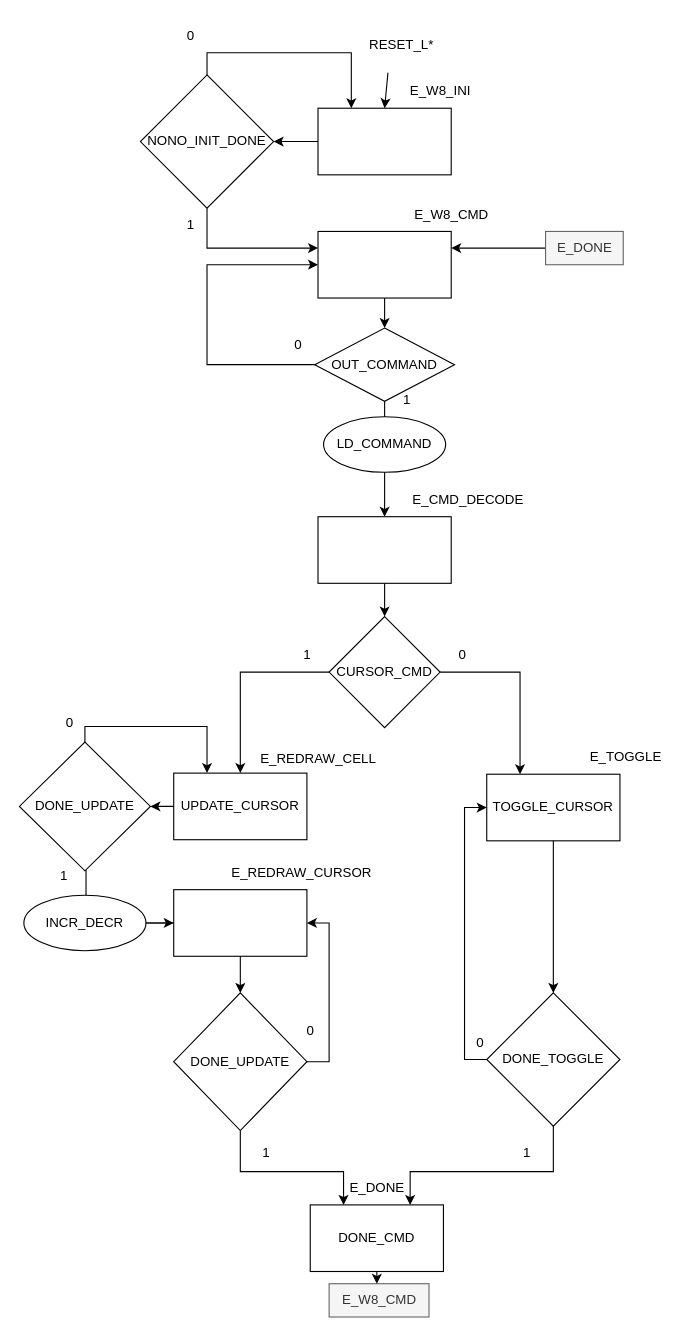
Before: DiagramasDisenio/FicherosDrawio/NONO_CURSOR_UC.drawio in DASDNonograma/Nonograma, a draw.io diagram. Source tidied: cells renumbered, new cells numbered last; positions are measured from the earlier drawing's top-left corner, leaving out a move shared by most shapes. Both pictures are drawn from the tidied source at 111%, with x=0, y=0 at pixel (19, 19).
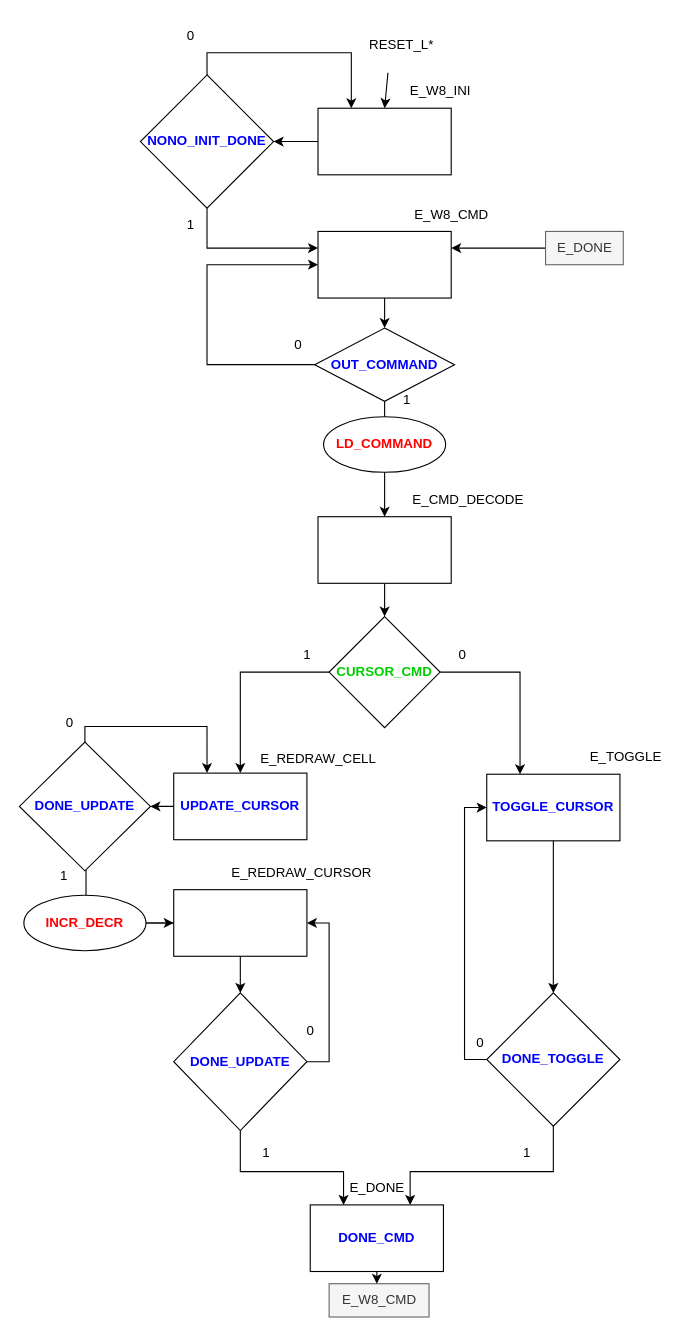
Above is the later version.

Commit message (it also covers changes not shown here):
Actualizando Drawios de CMD_PROCESS y NONO_CURSOR

What changed in the source:
```diff
@@
-    <mxCell id="10" value="NONO_INIT_DONE" style="rhombus;whiteSpace=wrap;html=1;" parent="1" vertex="1">
+    <mxCell id="10" value="NONO_INIT_DONE" style="rhombus;whiteSpace=wrap;html=1;fontColor=#0000FF;fontStyle=1;" parent="1" vertex="1">
       <mxGeometry x="109" y="50" width="120" height="120" as="geometry" />
     </mxCell>
@@
-    <mxCell id="16" value="OUT_COMMAND" style="rhombus;whiteSpace=wrap;html=1;" parent="1" vertex="1">
+    <mxCell id="16" value="OUT_COMMAND" style="rhombus;whiteSpace=wrap;html=1;fontColor=#0000FF;fontStyle=1;" parent="1" vertex="1">
       <mxGeometry x="266" y="278" width="126" height="66" as="geometry" />
     </mxCell>
@@
-    <mxCell id="19" value="LD_COMMAND" style="ellipse;whiteSpace=wrap;html=1;" parent="1" vertex="1">
+    <mxCell id="19" value="LD_COMMAND" style="ellipse;whiteSpace=wrap;html=1;fontColor=#FF0000;fontStyle=1;" parent="1" vertex="1">
       <mxGeometry x="274" y="358" width="110" height="50" as="geometry" />
     </mxCell>
@@
-    <mxCell id="25" value="CURSOR_CMD" style="rhombus;whiteSpace=wrap;html=1;" parent="1" vertex="1">
+    <mxCell id="25" value="CURSOR_CMD" style="rhombus;whiteSpace=wrap;html=1;fontColor=#00CC00;fontStyle=1;" parent="1" vertex="1">
       <mxGeometry x="279" y="538" width="100" height="100" as="geometry" />
     </mxCell>
@@
-    <mxCell id="32" value="TOGGLE_CURSOR" style="whiteSpace=wrap;html=1;" parent="1" vertex="1">
+    <mxCell id="32" value="TOGGLE_CURSOR" style="whiteSpace=wrap;html=1;fontColor=#0000FF;fontStyle=1;" parent="1" vertex="1">
       <mxGeometry x="421" y="680" width="120" height="60" as="geometry" />
     </mxCell>
@@
-    <mxCell id="35" value="DONE_TOGGLE" style="rhombus;whiteSpace=wrap;html=1;" parent="1" vertex="1">
+    <mxCell id="35" value="DONE_TOGGLE" style="rhombus;whiteSpace=wrap;html=1;fontColor=#0000FF;fontStyle=1;" parent="1" vertex="1">
       <mxGeometry x="421" y="877" width="120" height="120" as="geometry" />
     </mxCell>
@@
-    <mxCell id="40" value="UPDATE_CURSOR" style="whiteSpace=wrap;html=1;" parent="1" vertex="1">
+    <mxCell id="40" value="UPDATE_CURSOR" style="whiteSpace=wrap;html=1;fontColor=#0000FF;fontStyle=1;" parent="1" vertex="1">
       <mxGeometry x="139" y="679" width="120" height="60" as="geometry" />
     </mxCell>
@@
-    <mxCell id="43" value="DONE_UPDATE" style="rhombus;whiteSpace=wrap;html=1;" parent="1" vertex="1">
+    <mxCell id="43" value="DONE_UPDATE" style="rhombus;whiteSpace=wrap;html=1;fontColor=#0000FF;fontStyle=1;" parent="1" vertex="1">
       <mxGeometry y="651" width="118" height="116" as="geometry" />
     </mxCell>
@@
-    <mxCell id="47" value="INCR_DECR" style="ellipse;whiteSpace=wrap;html=1;" parent="1" vertex="1">
+    <mxCell id="47" value="INCR_DECR" style="ellipse;whiteSpace=wrap;html=1;fontColor=#FF0000;fontStyle=1;" parent="1" vertex="1">
       <mxGeometry x="4" y="789" width="110" height="50" as="geometry" />
     </mxCell>
@@
-    <mxCell id="53" value="DONE_UPDATE" style="rhombus;whiteSpace=wrap;html=1;" parent="1" vertex="1">
+    <mxCell id="53" value="DONE_UPDATE" style="rhombus;whiteSpace=wrap;html=1;fontColor=#0000FF;fontStyle=1;" parent="1" vertex="1">
       <mxGeometry x="139" y="877" width="120" height="124" as="geometry" />
     </mxCell>
@@
-    <mxCell id="59" value="DONE_CMD" style="whiteSpace=wrap;html=1;" parent="1" vertex="1">
+    <mxCell id="59" value="DONE_CMD" style="whiteSpace=wrap;html=1;fontColor=#0000FF;fontStyle=1;" parent="1" vertex="1">
       <mxGeometry x="262" y="1068" width="120" height="60" as="geometry" />
     </mxCell>
```
